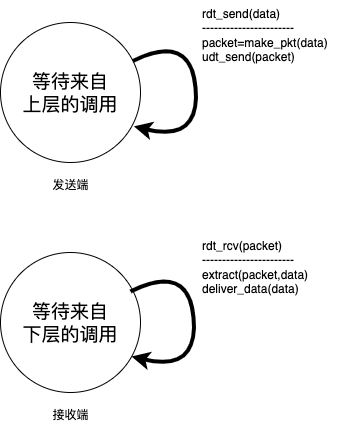
Before: net_t_d/未命名绘图.drawio.png, a diagram exported from draw.io (zhaole0606/pic). Source tidied: cells renumbered, new cells last; positions are measured from the earlier drawing's top-left corner, leaving out a move shared by most shapes. The source it was exported from:
```xml
<mxGraphModel>
  <root>
    <mxCell id="0" />
    <mxCell id="1" parent="0" />
    <mxCell id="2" value="&lt;font style=&quot;font-size: 19px;&quot;&gt;等待来自&lt;br&gt;上层的调用&lt;/font&gt;" style="ellipse;whiteSpace=wrap;html=1;" parent="1" vertex="1">
      <mxGeometry y="22" width="140" height="140" as="geometry" />
    </mxCell>
    <mxCell id="3" value="&lt;font style=&quot;font-size: 19px;&quot;&gt;等待来自&lt;br&gt;下层的调用&lt;/font&gt;" style="ellipse;whiteSpace=wrap;html=1;" parent="1" vertex="1">
      <mxGeometry y="252" width="140" height="140" as="geometry" />
    </mxCell>
    <mxCell id="4" style="curved=1;endArrow=classic;html=1;rounded=0;exitX=0.945;exitY=0.275;exitDx=0;exitDy=0;exitPerimeter=0;entryX=0.953;entryY=0.742;entryDx=0;entryDy=0;entryPerimeter=0;fontStyle=0;strokeWidth=4;" parent="1" edge="1" source="2" target="2">
      <mxGeometry relative="1" as="geometry">
        <Array as="points">
          <mxPoint x="190" y="32" />
          <mxPoint x="200" y="142" />
        </Array>
      </mxGeometry>
    </mxCell>
    <mxCell id="5" value="rdt_send(data)&lt;br&gt;-----------------------&lt;br&gt;packet=make_pkt(data)&lt;br&gt;udt_send(packet)" style="text;html=1;align=left;verticalAlign=middle;strokeColor=none;fillColor=none;" parent="1" vertex="1">
      <mxGeometry x="200" width="150" height="70" as="geometry" />
    </mxCell>
    <mxCell id="6" style="curved=1;endArrow=classic;html=1;rounded=0;exitX=0.945;exitY=0.275;exitDx=0;exitDy=0;exitPerimeter=0;entryX=0.953;entryY=0.742;entryDx=0;entryDy=0;entryPerimeter=0;fontStyle=0;strokeWidth=4;" parent="1" edge="1">
      <mxGeometry relative="1" as="geometry">
        <mxPoint x="130" y="291" as="sourcePoint" />
        <mxPoint x="131" y="356" as="targetPoint" />
        <Array as="points">
          <mxPoint x="188" y="262" />
          <mxPoint x="198" y="372" />
        </Array>
      </mxGeometry>
    </mxCell>
    <mxCell id="7" value="rdt_rcv(packet)&lt;br&gt;-----------------------&lt;br&gt;extract(packet,data)&lt;br&gt;deliver_data(data)" style="text;html=1;align=left;verticalAlign=middle;strokeColor=none;fillColor=none;" parent="1" vertex="1">
      <mxGeometry x="200" y="232" width="130" height="70" as="geometry" />
    </mxCell>
    <mxCell id="8" value="发送端" style="text;html=1;align=center;verticalAlign=middle;strokeColor=none;fillColor=none;fontSize=11;fontFamily=Helvetica;fontColor=default;" parent="1" vertex="1">
      <mxGeometry x="40" y="170" width="60" height="30" as="geometry" />
    </mxCell>
    <mxCell id="9" value="接收端" style="text;html=1;align=center;verticalAlign=middle;strokeColor=none;fillColor=none;fontSize=11;fontFamily=Helvetica;fontColor=default;" parent="1" vertex="1">
      <mxGeometry x="40" y="400" width="60" height="30" as="geometry" />
    </mxCell>
  </root>
</mxGraphModel>
```
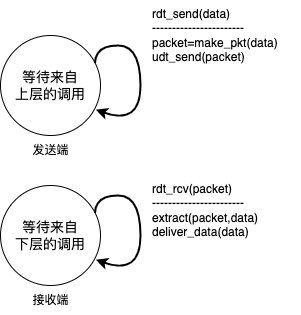
After the change.

Commit message:
更新未命名绘图.drawio.png

The edit, as a diff of the source:
```diff
@@ -2,41 +2,41 @@
   <root>
     <mxCell id="0" />
     <mxCell id="1" parent="0" />
-    <mxCell id="2" value="&lt;font style=&quot;font-size: 19px;&quot;&gt;等待来自&lt;br&gt;上层的调用&lt;/font&gt;" style="ellipse;whiteSpace=wrap;html=1;" parent="1" vertex="1">
-      <mxGeometry y="22" width="140" height="140" as="geometry" />
+    <mxCell id="2" value="&lt;font style=&quot;font-size: 14px;&quot;&gt;等待来自&lt;br&gt;上层的调用&lt;/font&gt;" style="ellipse;whiteSpace=wrap;html=1;" parent="1" vertex="1">
+      <mxGeometry y="22" width="100" height="100" as="geometry" />
     </mxCell>
-    <mxCell id="3" value="&lt;font style=&quot;font-size: 19px;&quot;&gt;等待来自&lt;br&gt;下层的调用&lt;/font&gt;" style="ellipse;whiteSpace=wrap;html=1;" parent="1" vertex="1">
-      <mxGeometry y="252" width="140" height="140" as="geometry" />
-    </mxCell>
-    <mxCell id="4" style="curved=1;endArrow=classic;html=1;rounded=0;exitX=0.945;exitY=0.275;exitDx=0;exitDy=0;exitPerimeter=0;entryX=0.953;entryY=0.742;entryDx=0;entryDy=0;entryPerimeter=0;fontStyle=0;strokeWidth=4;" parent="1" edge="1" source="2" target="2">
+    <mxCell id="4" style="curved=1;endArrow=classic;html=1;rounded=0;exitX=0.945;exitY=0.275;exitDx=0;exitDy=0;exitPerimeter=0;entryX=0.953;entryY=0.742;entryDx=0;entryDy=0;entryPerimeter=0;fontStyle=0;strokeWidth=2;" parent="1" edge="1" source="2" target="2">
       <mxGeometry relative="1" as="geometry">
         <Array as="points">
-          <mxPoint x="190" y="32" />
-          <mxPoint x="200" y="142" />
+          <mxPoint x="95" y="32" />
+          <mxPoint x="140" y="32" />
+          <mxPoint x="140" y="112" />
         </Array>
       </mxGeometry>
     </mxCell>
-    <mxCell id="5" value="rdt_send(data)&lt;br&gt;-----------------------&lt;br&gt;packet=make_pkt(data)&lt;br&gt;udt_send(packet)" style="text;html=1;align=left;verticalAlign=middle;strokeColor=none;fillColor=none;" parent="1" vertex="1">
-      <mxGeometry x="200" width="150" height="70" as="geometry" />
+    <mxCell id="5" value="&lt;font style=&quot;font-size: 12px;&quot;&gt;rdt_send(data)&lt;br&gt;-----------------------&lt;br&gt;packet=make_pkt(data)&lt;br&gt;udt_send(packet)&lt;/font&gt;" style="text;html=1;align=left;verticalAlign=middle;strokeColor=none;fillColor=none;" parent="1" vertex="1">
+      <mxGeometry x="150" y="-13" width="150" height="70" as="geometry" />
     </mxCell>
-    <mxCell id="6" style="curved=1;endArrow=classic;html=1;rounded=0;exitX=0.945;exitY=0.275;exitDx=0;exitDy=0;exitPerimeter=0;entryX=0.953;entryY=0.742;entryDx=0;entryDy=0;entryPerimeter=0;fontStyle=0;strokeWidth=4;" parent="1" edge="1">
-      <mxGeometry relative="1" as="geometry">
-        <mxPoint x="130" y="291" as="sourcePoint" />
-        <mxPoint x="131" y="356" as="targetPoint" />
-        <Array as="points">
-          <mxPoint x="188" y="262" />
-          <mxPoint x="198" y="372" />
-        </Array>
-      </mxGeometry>
-    </mxCell>
     <mxCell id="7" value="rdt_rcv(packet)&lt;br&gt;-----------------------&lt;br&gt;extract(packet,data)&lt;br&gt;deliver_data(data)" style="text;html=1;align=left;verticalAlign=middle;strokeColor=none;fillColor=none;" parent="1" vertex="1">
-      <mxGeometry x="200" y="232" width="130" height="70" as="geometry" />
+      <mxGeometry x="150" y="162" width="130" height="70" as="geometry" />
     </mxCell>
     <mxCell id="8" value="发送端" style="text;html=1;align=center;verticalAlign=middle;strokeColor=none;fillColor=none;fontSize=11;fontFamily=Helvetica;fontColor=default;" parent="1" vertex="1">
-      <mxGeometry x="40" y="170" width="60" height="30" as="geometry" />
+      <mxGeometry x="20" y="122" width="60" height="30" as="geometry" />
     </mxCell>
     <mxCell id="9" value="接收端" style="text;html=1;align=center;verticalAlign=middle;strokeColor=none;fillColor=none;fontSize=11;fontFamily=Helvetica;fontColor=default;" parent="1" vertex="1">
-      <mxGeometry x="40" y="400" width="60" height="30" as="geometry" />
+      <mxGeometry x="20" y="272" width="60" height="30" as="geometry" />
     </mxCell>
+    <mxCell id="3" value="&lt;font style=&quot;font-size: 14px;&quot;&gt;等待来自&lt;br&gt;下层的调用&lt;/font&gt;" style="ellipse;whiteSpace=wrap;html=1;" parent="1" vertex="1">
+      <mxGeometry y="172" width="100" height="100" as="geometry" />
+    </mxCell>
+    <mxCell id="10" style="curved=1;endArrow=classic;html=1;rounded=0;exitX=0.945;exitY=0.275;exitDx=0;exitDy=0;exitPerimeter=0;entryX=0.953;entryY=0.742;entryDx=0;entryDy=0;entryPerimeter=0;fontStyle=0;strokeWidth=2;" parent="1" edge="1" source="3" target="3">
+      <mxGeometry relative="1" as="geometry">
+        <Array as="points">
+          <mxPoint x="95" y="182" />
+          <mxPoint x="140" y="182" />
+          <mxPoint x="140" y="262" />
+        </Array>
+      </mxGeometry>
+    </mxCell>
   </root>
 </mxGraphModel>
```
